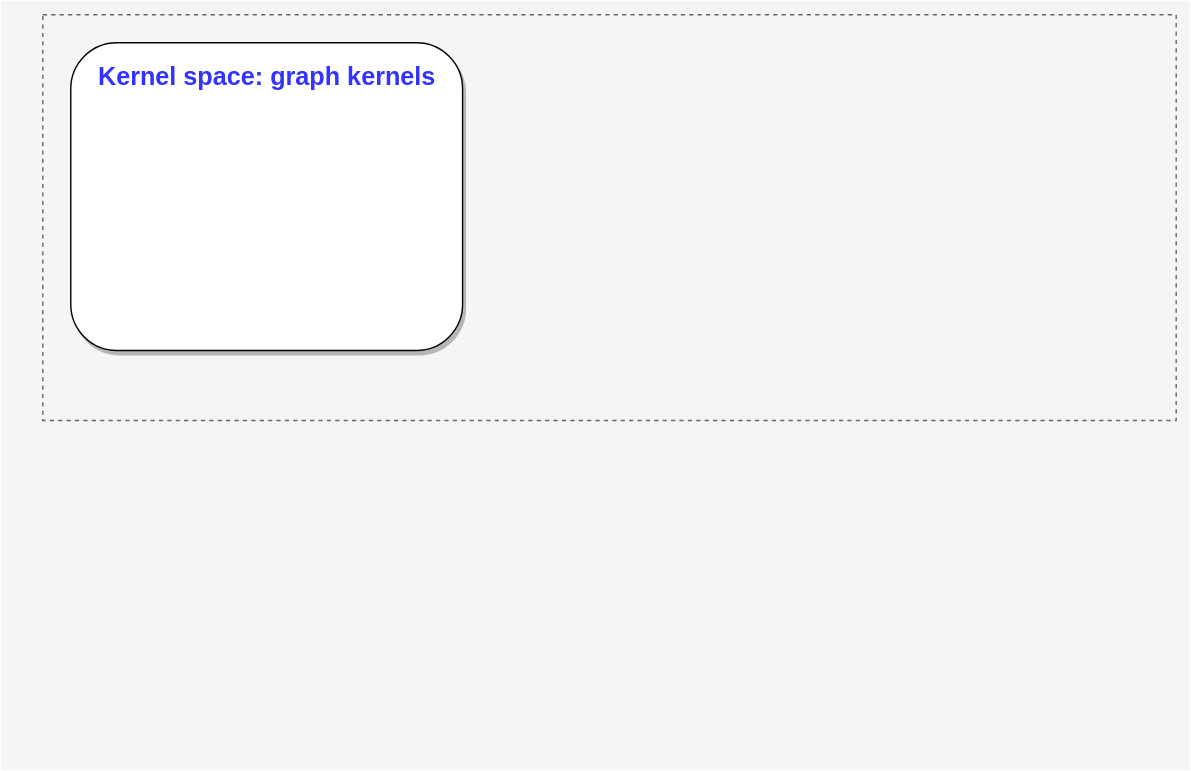
This is architecture.svg from jajupmochi/phd_thesis, a draw.io export, as it was before one commit. Source tidied: cells renumbered, new cells last; positions are measured from the earlier drawing's top-left corner, leaving out a move shared by most shapes.
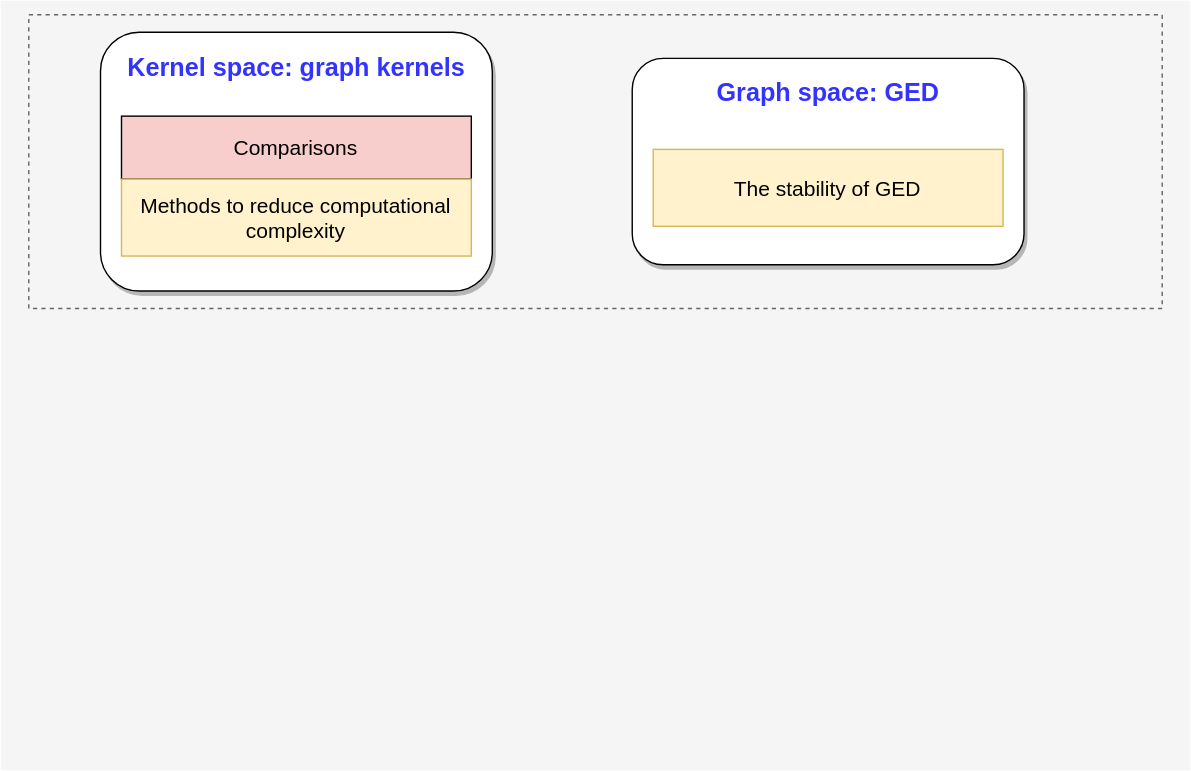
Later version of the same file.

What changed in the source:
```diff
@@ -6,13 +6,28 @@
       <mxGeometry width="850" height="550" as="geometry" />
     </mxCell>
     <mxCell id="3" style="rounded=0;whiteSpace=wrap;html=1;shadow=0;glass=0;dashed=1;sketch=0;fontColor=#333333;strokeColor=#666666;fillColor=#f5f5f5;align=center;verticalAlign=middle;" parent="1" vertex="1">
-      <mxGeometry x="30" y="10" width="810" height="290" as="geometry" />
+      <mxGeometry x="20" y="10" width="810" height="210" as="geometry" />
     </mxCell>
     <mxCell id="4" style="rounded=1;whiteSpace=wrap;html=1;shadow=1;glass=0;sketch=0;strokeColor=#000000;fillColor=#ffffff;align=left;" parent="1" vertex="1">
-      <mxGeometry x="50" y="30" width="280" height="220" as="geometry" />
+      <mxGeometry x="71.2" y="22.5" width="280" height="185" as="geometry" />
     </mxCell>
     <mxCell id="5" value="&lt;h1 style=&quot;font-size: 18px&quot;&gt;Kernel space: graph kernels&lt;br&gt;&lt;/h1&gt;" style="text;html=1;strokeColor=none;fillColor=none;spacing=5;spacingTop=-20;whiteSpace=wrap;overflow=hidden;rounded=0;shadow=1;glass=0;dashed=1;sketch=0;align=center;verticalAlign=middle;fontColor=#3333FF;" parent="1" vertex="1">
-      <mxGeometry x="38.8" y="30" width="302.5" height="70" as="geometry" />
+      <mxGeometry x="60" y="22.5" width="302.5" height="70" as="geometry" />
     </mxCell>
+    <mxCell id="6" value="&lt;font style=&quot;font-size: 15px&quot;&gt;Comparisons&lt;/font&gt;" style="text;html=1;align=center;verticalAlign=middle;whiteSpace=wrap;rounded=0;shadow=0;glass=0;sketch=0;fillColor=#f8cecc;strokeColor=#000000;" parent="1" vertex="1">
+      <mxGeometry x="86.2" y="82.5" width="250" height="45" as="geometry" />
+    </mxCell>
+    <mxCell id="7" value="&lt;font style=&quot;font-size: 15px&quot;&gt;Methods to reduce computational complexity&lt;/font&gt;" style="text;html=1;align=center;verticalAlign=middle;whiteSpace=wrap;rounded=0;shadow=0;glass=0;sketch=0;fillColor=#fff2cc;strokeColor=#d6b656;" parent="1" vertex="1">
+      <mxGeometry x="86.2" y="127.5" width="250" height="55" as="geometry" />
+    </mxCell>
+    <mxCell id="8" style="rounded=1;whiteSpace=wrap;html=1;shadow=1;glass=0;sketch=0;strokeColor=#000000;fillColor=#ffffff;align=left;" parent="1" vertex="1">
+      <mxGeometry x="451.2" y="41.2" width="280" height="147.5" as="geometry" />
+    </mxCell>
+    <mxCell id="9" value="&lt;h1 style=&quot;font-size: 18px&quot;&gt;Graph space: GED&lt;br&gt;&lt;/h1&gt;" style="text;html=1;strokeColor=none;fillColor=none;spacing=5;spacingTop=-20;whiteSpace=wrap;overflow=hidden;rounded=0;shadow=1;glass=0;dashed=1;sketch=0;align=center;verticalAlign=middle;fontColor=#3333FF;" parent="1" vertex="1">
+      <mxGeometry x="440" y="41.2" width="302.5" height="70" as="geometry" />
+    </mxCell>
+    <mxCell id="10" value="&lt;font style=&quot;font-size: 15px&quot;&gt;The stability of GED&lt;/font&gt;" style="text;html=1;align=center;verticalAlign=middle;whiteSpace=wrap;rounded=0;shadow=0;glass=0;sketch=0;fillColor=#fff2cc;strokeColor=#d6b656;" parent="1" vertex="1">
+      <mxGeometry x="466.2" y="106.2" width="250" height="55" as="geometry" />
+    </mxCell>
   </root>
 </mxGraphModel>
```
